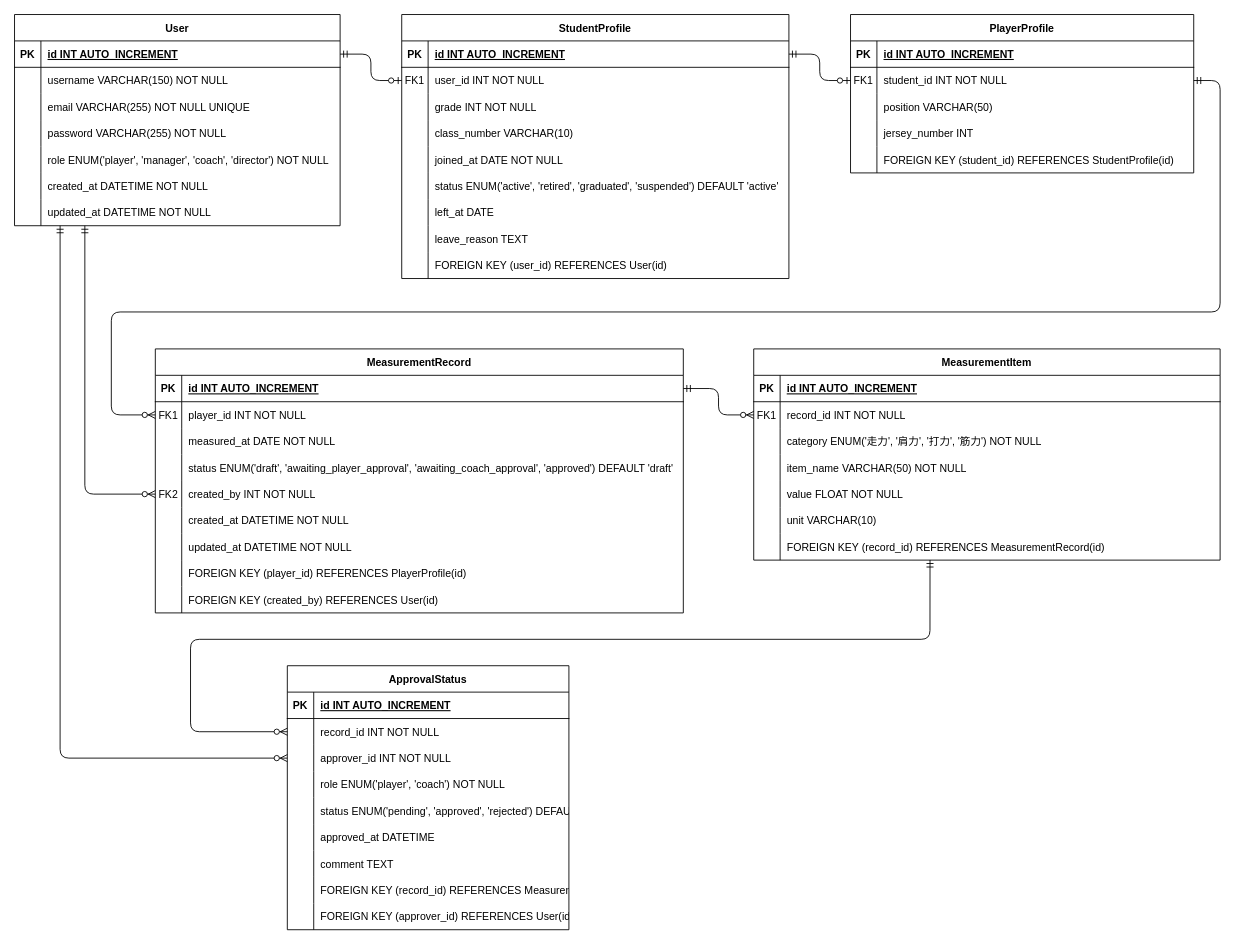
Earlier version of the draw.io diagram documents/ER図/他形式ファイル/ER図_ver.データ項目内に外部器かどうか明記.drawio (masami-butchy/Club-talent-manager). Source tidied: cells renumbered, new cells numbered last; positions are measured from the earlier drawing's top-left corner, leaving out a move shared by most shapes. Both pictures are drawn from the tidied source at 88%, with x=0, y=0 at pixel (14, 14).
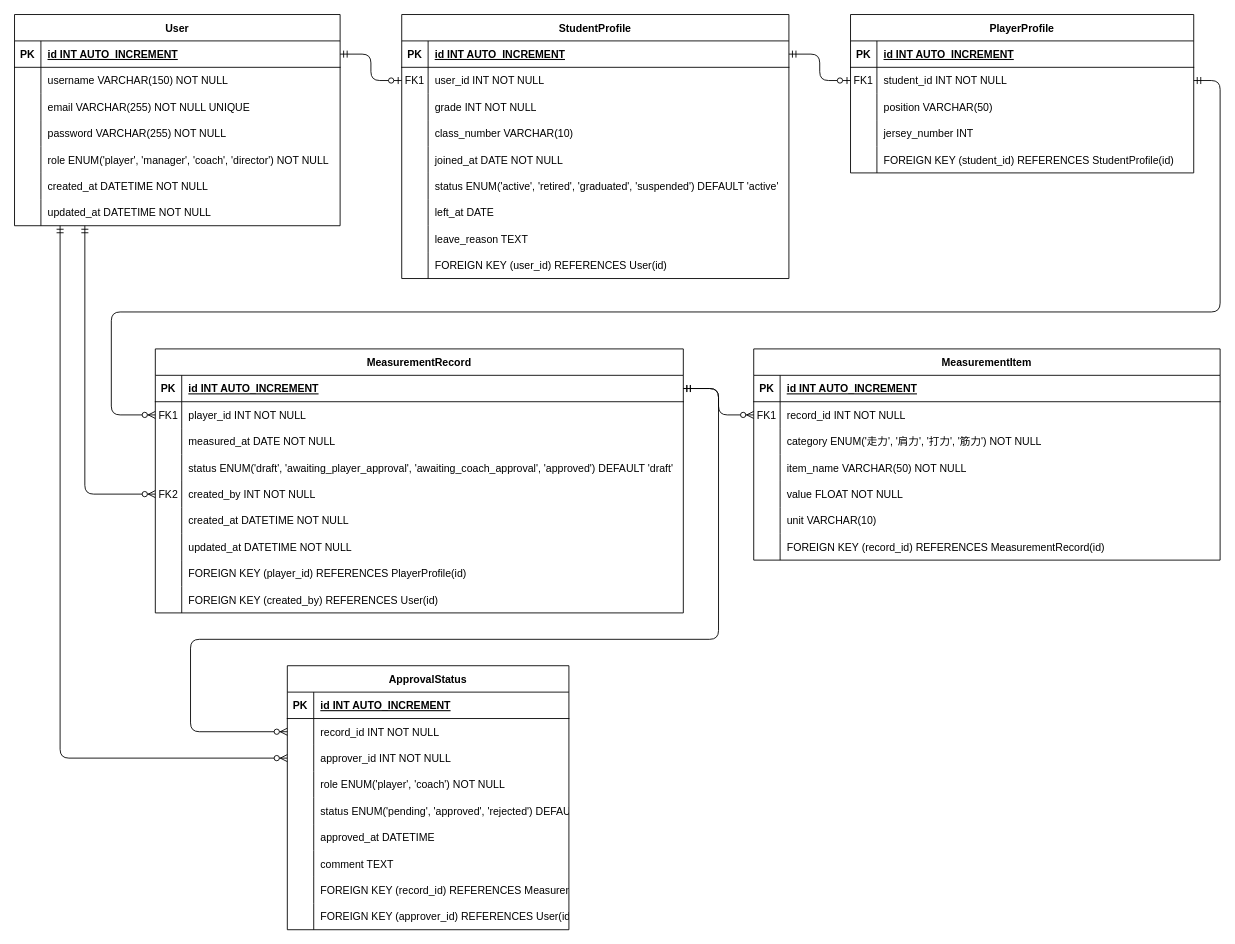
The same diagram, later.

Commit message (it also covers changes not shown here):
ER図の修正 approve_statusにおけるrecord_idを正しい参照元へ修正

Unchanged cells that the change refers to:
```xml
<mxCell id="69" style="shape=tableRow;horizontal=0;startSize=0;swimlaneHead=0;swimlaneBody=0;fillColor=none;points=[[0,0.5],[1,0.5]];portConstraint=eastwest;strokeColor=inherit;top=0;left=0;right=0;bottom=1;" parent="68" vertex="1">
  <mxGeometry y="30" width="600" height="30" as="geometry" />
</mxCell>
<mxCell id="115" style="shape=tableRow;horizontal=0;startSize=0;swimlaneHead=0;swimlaneBody=0;fillColor=none;points=[[0,0.5],[1,0.5]];portConstraint=eastwest;strokeColor=inherit;top=0;left=0;right=0;bottom=0;" parent="96" vertex="1">
  <mxGeometry y="210" width="530" height="30" as="geometry" />
</mxCell>
<mxCell id="122" style="shape=tableRow;horizontal=0;startSize=0;swimlaneHead=0;swimlaneBody=0;fillColor=none;points=[[0,0.5],[1,0.5]];portConstraint=eastwest;strokeColor=inherit;top=0;left=0;right=0;bottom=0;" parent="118" vertex="1">
  <mxGeometry y="60" width="320" height="30" as="geometry" />
</mxCell>
```

The edit, as a diff of the source:
```diff
@@
-    <mxCell id="152" style="edgeStyle=orthogonalEdgeStyle;fontSize=12;html=1;endArrow=ERzeroToMany;startArrow=ERmandOne;rounded=1;entryX=0;entryY=0.5;entryDx=0;entryDy=0;curved=0;exitX=0.378;exitY=0.995;exitDx=0;exitDy=0;exitPerimeter=0;" parent="1" edge="1" source="115" target="122">
+    <mxCell id="152" style="edgeStyle=orthogonalEdgeStyle;fontSize=12;html=1;endArrow=ERzeroToMany;startArrow=ERmandOne;rounded=1;entryX=0;entryY=0.5;entryDx=0;entryDy=0;curved=0;exitX=1;exitY=0.5;exitDx=0;exitDy=0;" parent="1" edge="1" source="69" target="122">
       <mxGeometry relative="1" as="geometry">
         <Array as="points">
-          <mxPoint x="1040" y="710" />
+          <mxPoint x="800" y="425" />
+          <mxPoint x="800" y="710" />
           <mxPoint x="200" y="710" />
           <mxPoint x="200" y="815" />
         </Array>
       </mxGeometry>
     </mxCell>
```
